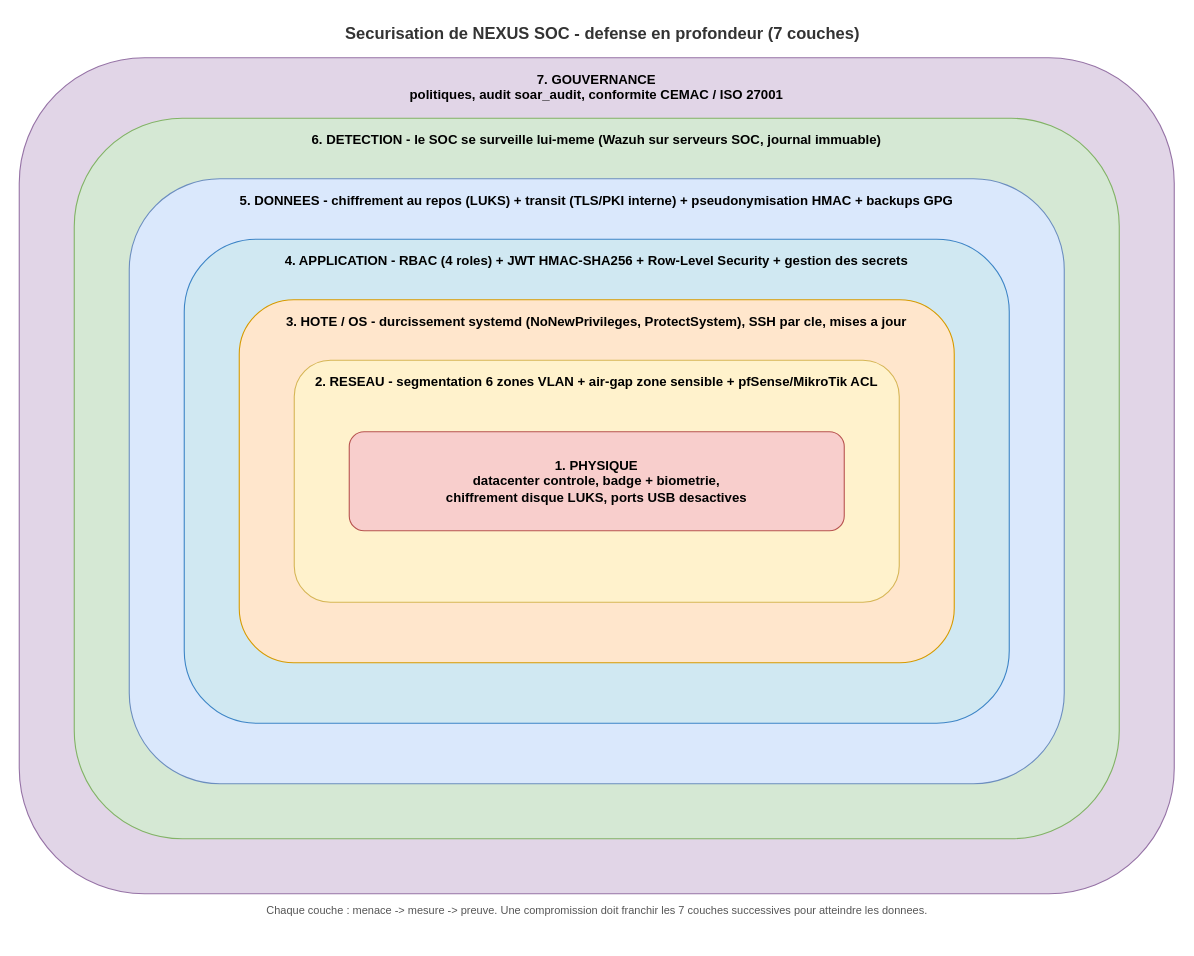
This is 00_Documents/figures/defense-en-profondeur-7-couches.drawio from NOX-Theteenager/NEXUS_SOC, a draw.io file, before an edit. Source tidied: cells renumbered, new cells numbered last; positions are measured from the earlier drawing's top-left corner, leaving out a move shared by most shapes. Both pictures are drawn from the tidied source at 110%, with x=0, y=0 at pixel (19, 19).
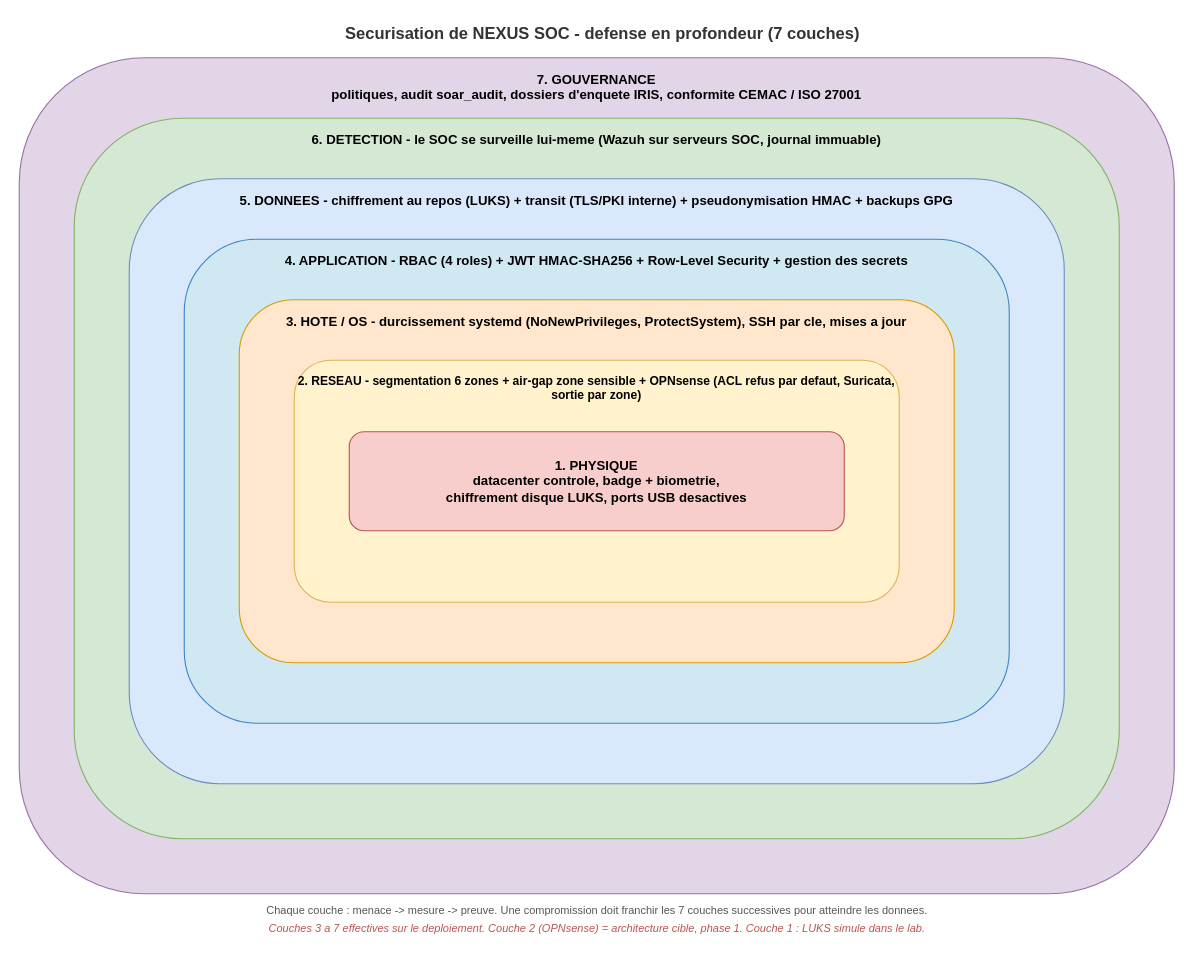
The same diagram, later.

Diff of the diagram source:
```diff
@@
 <mxGraphModel>
   <root>
     <mxCell id="0" />
     <mxCell id="1" parent="0" />
     <mxCell id="2" value="Securisation de NEXUS SOC - defense en profondeur (7 couches)" style="text;html=1;strokeColor=none;fillColor=none;align=center;verticalAlign=middle;fontSize=15;fontStyle=1;fontColor=#333333;" parent="1" vertex="1">
       <mxGeometry x="230" width="600" height="24" as="geometry" />
     </mxCell>
-    <mxCell id="3" value="7. GOUVERNANCE&#10;politiques, audit soar_audit, conformite CEMAC / ISO 27001" style="rounded=1;whiteSpace=wrap;html=1;fillColor=#e1d5e7;strokeColor=#9673a6;verticalAlign=top;fontSize=12;fontStyle=1;spacingTop=6;" parent="1" vertex="1">
+    <mxCell id="3" value="7. GOUVERNANCE&#10;politiques, audit soar_audit, dossiers d'enquete IRIS, conformite CEMAC / ISO 27001" style="rounded=1;whiteSpace=wrap;html=1;fillColor=#e1d5e7;strokeColor=#9673a6;verticalAlign=top;fontSize=12;fontStyle=1;spacingTop=6;" parent="1" vertex="1">
       <mxGeometry y="35" width="1050" height="760" as="geometry" />
     </mxCell>
     <mxCell id="4" value="6. DETECTION - le SOC se surveille lui-meme (Wazuh sur serveurs SOC, journal immuable)" style="rounded=1;whiteSpace=wrap;html=1;fillColor=#d5e8d4;strokeColor=#82b366;verticalAlign=top;fontSize=12;fontStyle=1;spacingTop=6;" parent="1" vertex="1">
       <mxGeometry x="50" y="90" width="950" height="655" as="geometry" />
     </mxCell>
     <mxCell id="5" value="5. DONNEES - chiffrement au repos (LUKS) + transit (TLS/PKI interne) + pseudonymisation HMAC + backups GPG" style="rounded=1;whiteSpace=wrap;html=1;fillColor=#dae8fc;strokeColor=#6c8ebf;verticalAlign=top;fontSize=12;fontStyle=1;spacingTop=6;" parent="1" vertex="1">
       <mxGeometry x="100" y="145" width="850" height="550" as="geometry" />
     </mxCell>
     <mxCell id="6" value="4. APPLICATION - RBAC (4 roles) + JWT HMAC-SHA256 + Row-Level Security + gestion des secrets" style="rounded=1;whiteSpace=wrap;html=1;fillColor=#d0e8f2;strokeColor=#3d85c6;verticalAlign=top;fontSize=12;fontStyle=1;spacingTop=6;" parent="1" vertex="1">
       <mxGeometry x="150" y="200" width="750" height="440" as="geometry" />
     </mxCell>
     <mxCell id="7" value="3. HOTE / OS - durcissement systemd (NoNewPrivileges, ProtectSystem), SSH par cle, mises a jour" style="rounded=1;whiteSpace=wrap;html=1;fillColor=#ffe6cc;strokeColor=#d79b00;verticalAlign=top;fontSize=12;fontStyle=1;spacingTop=6;" parent="1" vertex="1">
       <mxGeometry x="200" y="255" width="650" height="330" as="geometry" />
     </mxCell>
-    <mxCell id="8" value="2. RESEAU - segmentation 6 zones VLAN + air-gap zone sensible + pfSense/MikroTik ACL" style="rounded=1;whiteSpace=wrap;html=1;fillColor=#fff2cc;strokeColor=#d6b656;verticalAlign=top;fontSize=12;fontStyle=1;spacingTop=6;" parent="1" vertex="1">
+    <mxCell id="8" value="2. RESEAU - segmentation 6 zones + air-gap zone sensible + OPNsense (ACL refus par defaut, Suricata, sortie par zone)" style="rounded=1;whiteSpace=wrap;html=1;fillColor=#fff2cc;strokeColor=#d6b656;verticalAlign=top;fontSize=11;fontStyle=1;spacingTop=6;" parent="1" vertex="1">
       <mxGeometry x="250" y="310" width="550" height="220" as="geometry" />
     </mxCell>
     <mxCell id="9" value="1. PHYSIQUE&#10;datacenter controle, badge + biometrie,&#10;chiffrement disque LUKS, ports USB desactives" style="rounded=1;whiteSpace=wrap;html=1;fillColor=#f8cecc;strokeColor=#b85450;verticalAlign=middle;align=center;fontSize=12;fontStyle=1;" parent="1" vertex="1">
       <mxGeometry x="300" y="375" width="450" height="90" as="geometry" />
     </mxCell>
     <mxCell id="10" value="Chaque couche : menace -&gt; mesure -&gt; preuve. Une compromission doit franchir les 7 couches successives pour atteindre les donnees." style="text;html=1;strokeColor=none;fillColor=none;align=center;verticalAlign=middle;fontSize=10;fontColor=#555555;" parent="1" vertex="1">
       <mxGeometry x="125" y="800" width="800" height="20" as="geometry" />
     </mxCell>
+    <mxCell id="11" value="Couches 3 a 7 effectives sur le deploiement. Couche 2 (OPNsense) = architecture cible, phase 1. Couche 1 : LUKS simule dans le lab." style="text;html=1;strokeColor=none;fillColor=none;align=center;verticalAlign=middle;fontSize=10;fontStyle=2;fontColor=#b85450;" parent="1" vertex="1">
+      <mxGeometry x="125" y="817" width="800" height="18" as="geometry" />
+    </mxCell>
   </root>
 </mxGraphModel>
```
